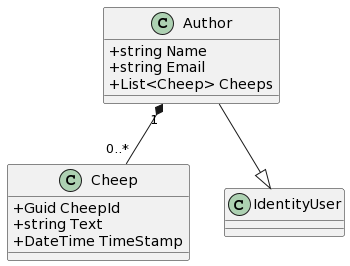
ITU-BDSA23-GROUP25/Chirp keeps this PlantUML diagram as docs/images/firstDM.png. Above is the earlier version.
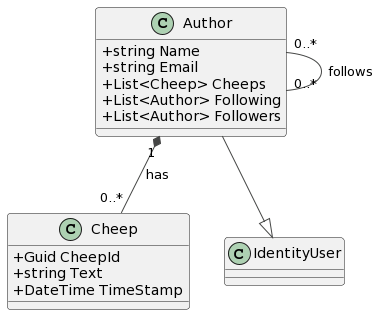
The same diagram one commit later.

Commit message:
Added diagram directory, and plantuml code

What changed in the source:
```diff
@@ -1,10 +1,13 @@
 @startuml
+!theme vibrant
 skinparam classAttributeIconSize 0
 
 class Author {
     +string Name
     +string Email
     +List<Cheep> Cheeps
+    +List<Author> Following
+    +List<Author> Followers
 }
 
 class Cheep {
@@ -16,6 +19,7 @@
 class IdentityUser {
 }
 
-Author "1" *-- "0..*" Cheep
+Author "1" *-- "0..*" Cheep : has
 Author --|> IdentityUser
+Author "0..*" -- "0..*" Author : follows
 @enduml
```
